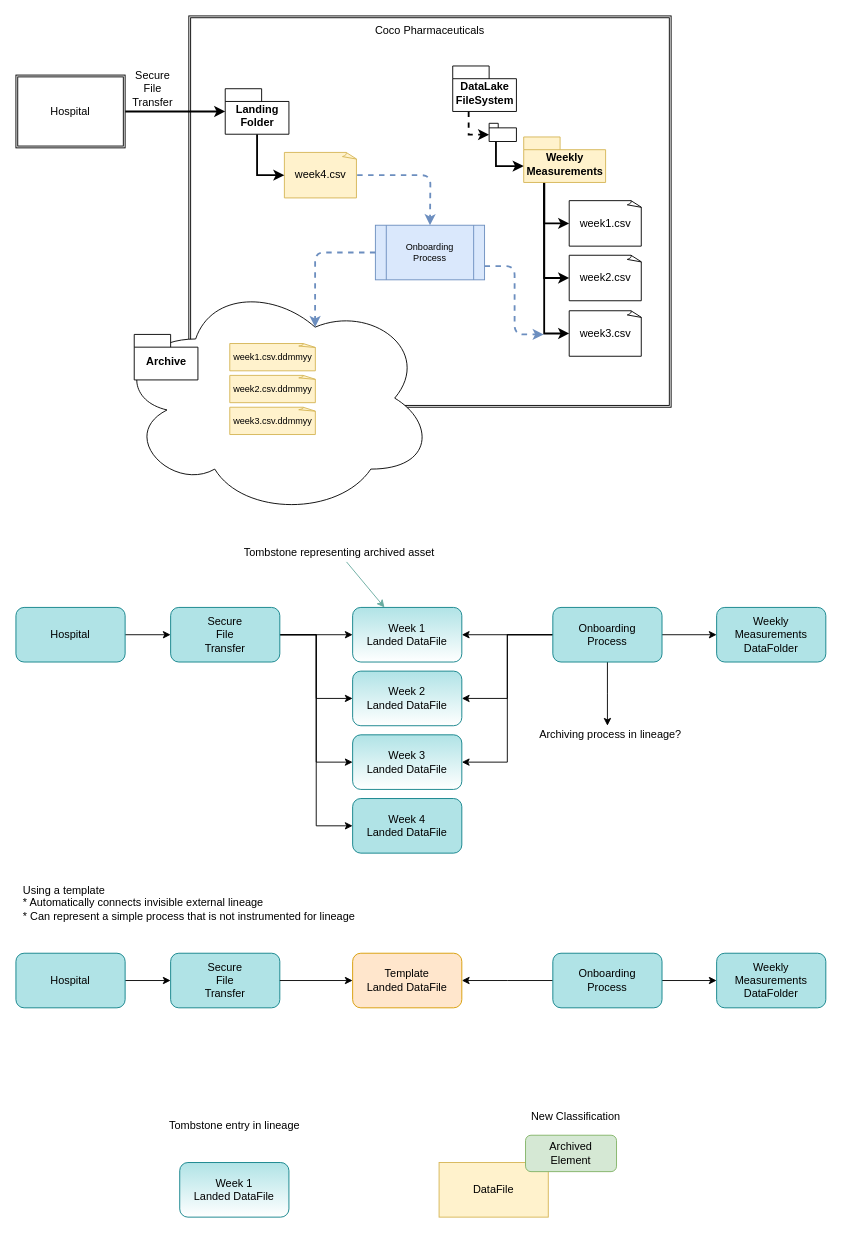
This is page "file-lineage" (5 of 12) of open-metadata-publication/website/lineage/lineage.drawio from odpi/egeria, a draw.io file, before an edit. Source tidied: cells renumbered, new cells numbered last; positions are measured from the earlier drawing's top-left corner, leaving out a move shared by most shapes. Both pictures are drawn from the tidied source at 91%, with x=0, y=0 at pixel (15, 15).
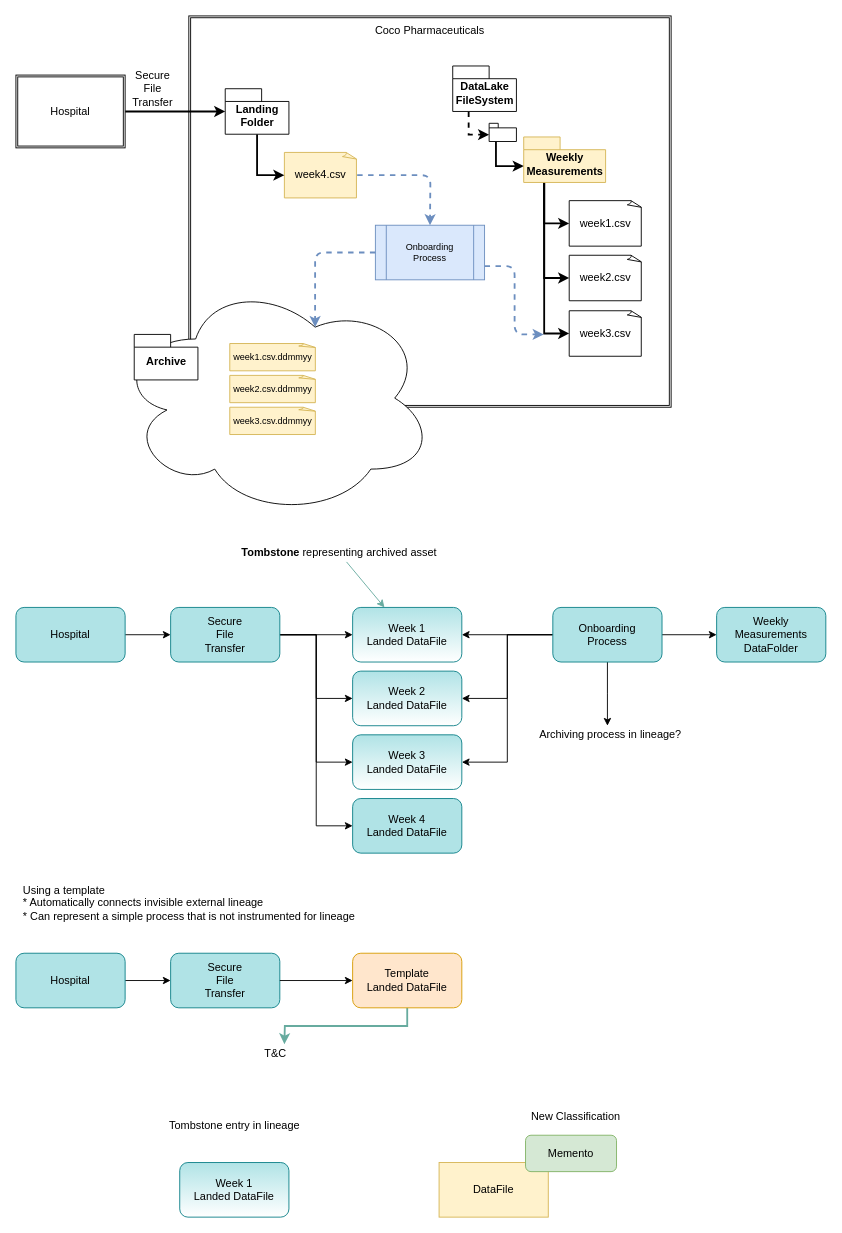
After the change.

Commit message (it also covers changes not shown here):
Change to Memento Classification

The change refers to these unchanged cells:
```xml
<mxCell id="52" value="Template&lt;br&gt;Landed DataFile" style="rounded=1;whiteSpace=wrap;html=1;fillColor=#ffe6cc;strokeColor=#d79b00;" parent="1" vertex="1">
  <mxGeometry x="370" y="1030" width="120" height="60" as="geometry" />
</mxCell>
```

The edit, as a diff of the source:
```diff
@@
+    <mxCell id="65" style="edgeStyle=orthogonalEdgeStyle;rounded=0;jettySize=auto;html=1;exitX=0.5;exitY=1;exitDx=0;exitDy=0;strokeColor=#67AB9F;strokeWidth=2;fontSize=12;" parent="1" edge="1" source="52">
+      <mxGeometry relative="1" as="geometry">
+        <mxPoint x="295" y="1130" as="targetPoint" />
+      </mxGeometry>
+    </mxCell>
@@
-    <mxCell id="54" style="edgeStyle=orthogonalEdgeStyle;rounded=0;jettySize=auto;html=1;entryX=1;entryY=0.5;entryDx=0;entryDy=0;exitX=0;exitY=0.5;exitDx=0;exitDy=0;" parent="1" edge="1" source="56">
-      <mxGeometry relative="1" as="geometry">
-        <mxPoint x="490" y="1060" as="targetPoint" />
-      </mxGeometry>
-    </mxCell>
-    <mxCell id="55" style="edgeStyle=orthogonalEdgeStyle;rounded=0;jettySize=auto;html=1;exitX=1;exitY=0.5;exitDx=0;exitDy=0;entryX=0;entryY=0.5;entryDx=0;entryDy=0;" parent="1" edge="1" source="56" target="57">
-      <mxGeometry relative="1" as="geometry" />
-    </mxCell>
-    <mxCell id="56" value="Onboarding&lt;br&gt;Process" style="rounded=1;whiteSpace=wrap;html=1;fillColor=#b0e3e6;strokeColor=#0e8088;" parent="1" vertex="1">
-      <mxGeometry x="590" y="1030" width="120" height="60" as="geometry" />
-    </mxCell>
-    <mxCell id="57" value="Weekly Measurements&lt;br&gt;DataFolder" style="rounded=1;whiteSpace=wrap;html=1;fillColor=#b0e3e6;strokeColor=#0e8088;" parent="1" vertex="1">
-      <mxGeometry x="770" y="1030" width="120" height="60" as="geometry" />
-    </mxCell>
@@
-    <mxCell id="60" value="Archived&lt;br&gt;Element" style="rounded=1;whiteSpace=wrap;html=1;fontSize=12;fillColor=#d5e8d4;strokeColor=#82b366;" parent="1" vertex="1">
+    <mxCell id="60" value="Memento" style="rounded=1;whiteSpace=wrap;html=1;fontSize=12;fillColor=#d5e8d4;strokeColor=#82b366;" parent="1" vertex="1">
       <mxGeometry x="560" y="1230" width="100" height="40" as="geometry" />
     </mxCell>
@@
-    <mxCell id="64" value="Tombstone representing archived asset" style="text;html=1;align=center;verticalAlign=middle;points=[];fontSize=12;" parent="1" vertex="1">
-      <mxGeometry x="245" y="580" width="220" height="20" as="geometry" />
+    <mxCell id="64" value="&lt;b&gt;Tombstone &lt;/b&gt;representing archived asset" style="text;html=1;align=center;verticalAlign=middle;points=[];fontSize=12;" parent="1" vertex="1">
+      <mxGeometry x="240" y="580" width="230" height="20" as="geometry" />
     </mxCell>
+    <mxCell id="66" value="T&amp;amp;C" style="text;html=1;align=center;verticalAlign=middle;fontSize=12;" parent="1" vertex="1">
+      <mxGeometry x="265" y="1130" width="40" height="20" as="geometry" />
+    </mxCell>
```
